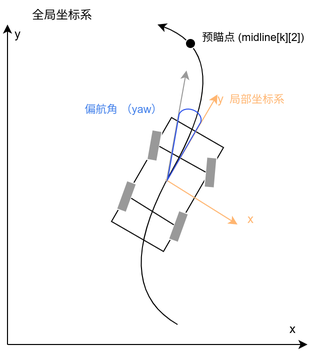
WoodOxen/CyberTorcs-doc keeps this draw.io diagram as docs/imgs/tasks/target_point.png. Above is the earlier version. Source tidied: cells renumbered, new cells last; positions are measured from the earlier drawing's top-left corner, leaving out a move shared by most shapes.
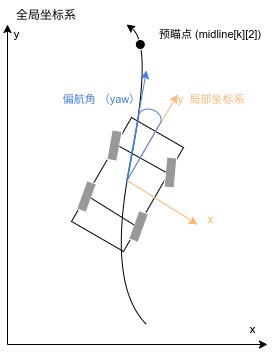
Later version of the same file.

Commit message:
replace the illustration of target point

Change to the diagram source:
```diff
@@ -4,13 +4,13 @@
     <mxCell id="1" parent="0" />
     <mxCell id="2" style="endArrow=classic;html=1;rounded=0;" parent="1" edge="1">
       <mxGeometry relative="1" as="geometry">
-        <mxPoint x="5" y="344" as="sourcePoint" />
-        <mxPoint x="5" y="24" as="targetPoint" />
+        <mxPoint x="45" y="344" as="sourcePoint" />
+        <mxPoint x="45" y="24" as="targetPoint" />
       </mxGeometry>
     </mxCell>
     <mxCell id="3" style="endArrow=classic;html=1;rounded=0;" parent="1" edge="1">
       <mxGeometry relative="1" as="geometry">
-        <mxPoint x="5" y="344" as="sourcePoint" />
+        <mxPoint x="45" y="344" as="sourcePoint" />
         <mxPoint x="305" y="344" as="targetPoint" />
       </mxGeometry>
     </mxCell>
@@ -36,7 +36,7 @@
       <mxGeometry relative="1" as="geometry" />
     </mxCell>
     <mxCell id="11" value="全局坐标系" style="text;html=1;strokeColor=none;fillColor=none;align=center;verticalAlign=middle;whiteSpace=wrap;rounded=0;" parent="1" vertex="1">
-      <mxGeometry x="15" width="90" height="30" as="geometry" />
+      <mxGeometry x="39" width="90" height="30" as="geometry" />
     </mxCell>
     <mxCell id="12" style="endArrow=classic;html=1;rounded=0;strokeColor=#FFB570;" parent="1" edge="1">
       <mxGeometry relative="1" as="geometry">
@@ -46,11 +46,11 @@
     </mxCell>
     <mxCell id="13" style="curved=1;endArrow=classic;html=1;rounded=0;" parent="1" edge="1">
       <mxGeometry relative="1" as="geometry">
-        <mxPoint x="175" y="324" as="sourcePoint" />
-        <mxPoint x="155" y="24" as="targetPoint" />
+        <mxPoint x="184" y="324" as="sourcePoint" />
+        <mxPoint x="164" y="24" as="targetPoint" />
         <Array as="points">
-          <mxPoint x="105" y="284" />
-          <mxPoint x="235" y="54" />
+          <mxPoint x="144" y="284" />
+          <mxPoint x="191" y="44" />
         </Array>
       </mxGeometry>
     </mxCell>
@@ -61,7 +61,7 @@
       </mxGeometry>
     </mxCell>
     <mxCell id="15" value="y" style="text;html=1;align=center;verticalAlign=middle;strokeColor=none;fillColor=none;" parent="1" vertex="1">
-      <mxGeometry y="19" width="30" height="30" as="geometry" />
+      <mxGeometry x="39" y="19" width="30" height="30" as="geometry" />
     </mxCell>
     <mxCell id="16" value="x" style="text;html=1;align=center;verticalAlign=middle;strokeColor=none;fillColor=none;" parent="1" vertex="1">
       <mxGeometry x="275" y="314" width="30" height="30" as="geometry" />
@@ -73,12 +73,12 @@
       <mxGeometry x="233" y="204" width="30" height="30" as="geometry" />
     </mxCell>
     <mxCell id="19" style="ellipse;whiteSpace=wrap;html=1;strokeColor=#ffffff;fontColor=#FFB570;fillColor=#000000;" parent="1" vertex="1">
-      <mxGeometry x="183" y="38" width="10" height="10" as="geometry" />
+      <mxGeometry x="172.8" y="39" width="10" height="10" as="geometry" />
     </mxCell>
     <mxCell id="20" value="预瞄点 (midline[k][2])" style="rounded=0;whiteSpace=wrap;html=1;strokeColor=none;fontColor=#000000;fillColor=none;fontSize=10;" parent="1" vertex="1">
-      <mxGeometry x="185.5" y="24" width="129.5" height="25" as="geometry" />
+      <mxGeometry x="183.2" y="21.5" width="129.5" height="25" as="geometry" />
     </mxCell>
-    <mxCell id="21" style="endArrow=classic;html=1;rounded=0;strokeColor=#999999;fontColor=#999999;" parent="1" edge="1">
+    <mxCell id="21" style="endArrow=classic;html=1;rounded=0;strokeColor=#4280EA;fontColor=#999999;" parent="1" edge="1">
       <mxGeometry relative="1" as="geometry">
         <mxPoint x="164" y="181" as="sourcePoint" />
         <mxPoint x="184" y="70" as="targetPoint" />
@@ -87,11 +87,11 @@
     <mxCell id="22" value="局部坐标系" style="text;html=1;strokeColor=none;fillColor=none;align=center;verticalAlign=middle;whiteSpace=wrap;rounded=0;fontColor=#FFB570;fontSize=10;" parent="1" vertex="1">
       <mxGeometry x="225" y="84" width="60" height="30" as="geometry" />
     </mxCell>
-    <mxCell id="23" style="verticalLabelPosition=bottom;verticalAlign=top;html=1;shape=mxgraph.basic.cone2;dx=0.5;dy=0.88;strokeColor=#2a50ea;fontSize=10;fontColor=#FFB570;fillColor=none;rotation=200;" parent="1" vertex="1">
+    <mxCell id="23" style="verticalLabelPosition=bottom;verticalAlign=top;html=1;shape=mxgraph.basic.cone2;dx=0.5;dy=0.88;strokeColor=#4280EA;fontSize=10;fontColor=#FFB570;fillColor=none;rotation=200;" parent="1" vertex="1">
       <mxGeometry x="166.3" y="107.2" width="23" height="73.9" as="geometry" />
     </mxCell>
     <mxCell id="24" value="偏航角 （yaw）" style="text;html=1;align=center;verticalAlign=middle;strokeColor=none;fillColor=none;fontSize=10;fontColor=#4280EA;" parent="1" vertex="1">
-      <mxGeometry x="71" y="94" width="100" height="30" as="geometry" />
+      <mxGeometry x="89.3" y="84" width="100" height="30" as="geometry" />
     </mxCell>
   </root>
 </mxGraphModel>
```
